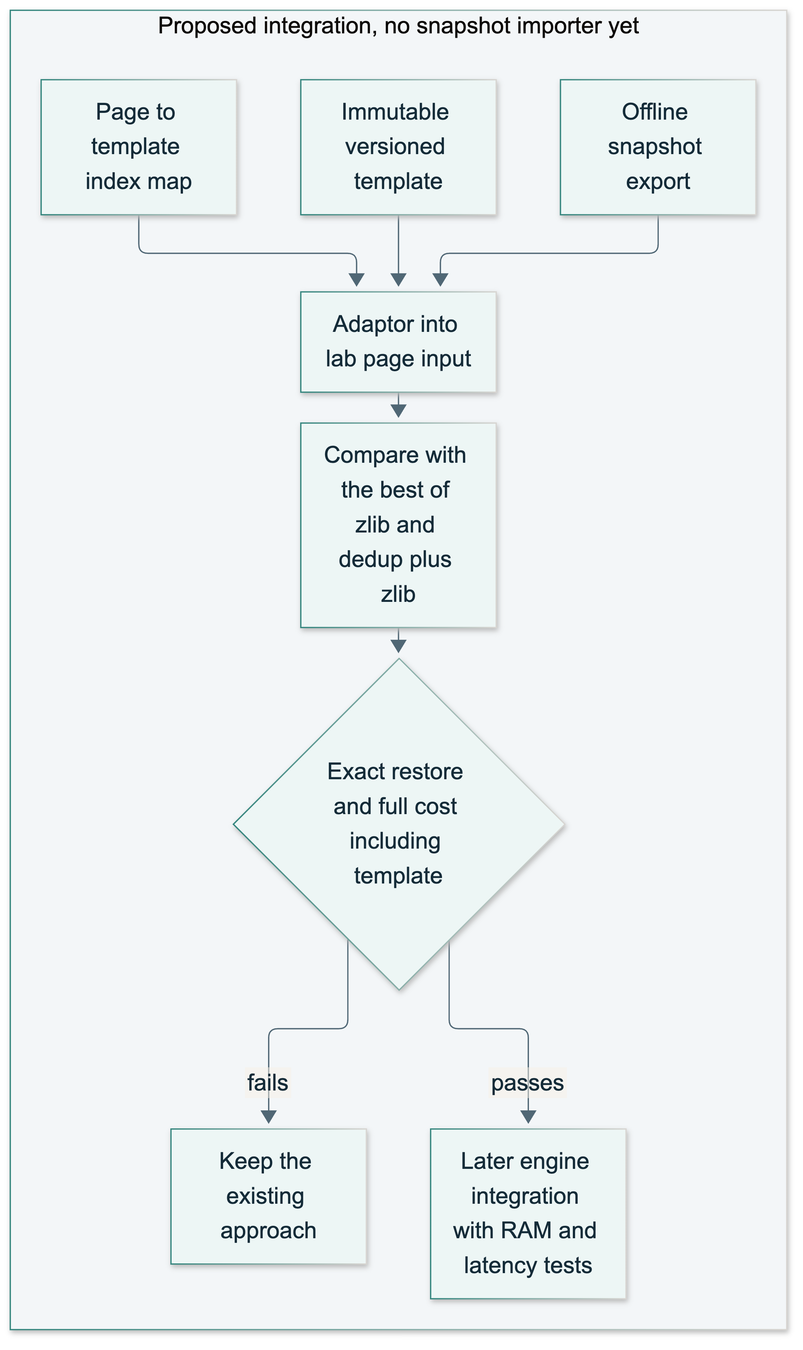
gael55x/template-delta-lab keeps this Mermaid diagram as docs/diagrams/template-delta-2.png. Above is the earlier version. Its source is kept beside it as docs/diagrams/template-delta-2.mmd.
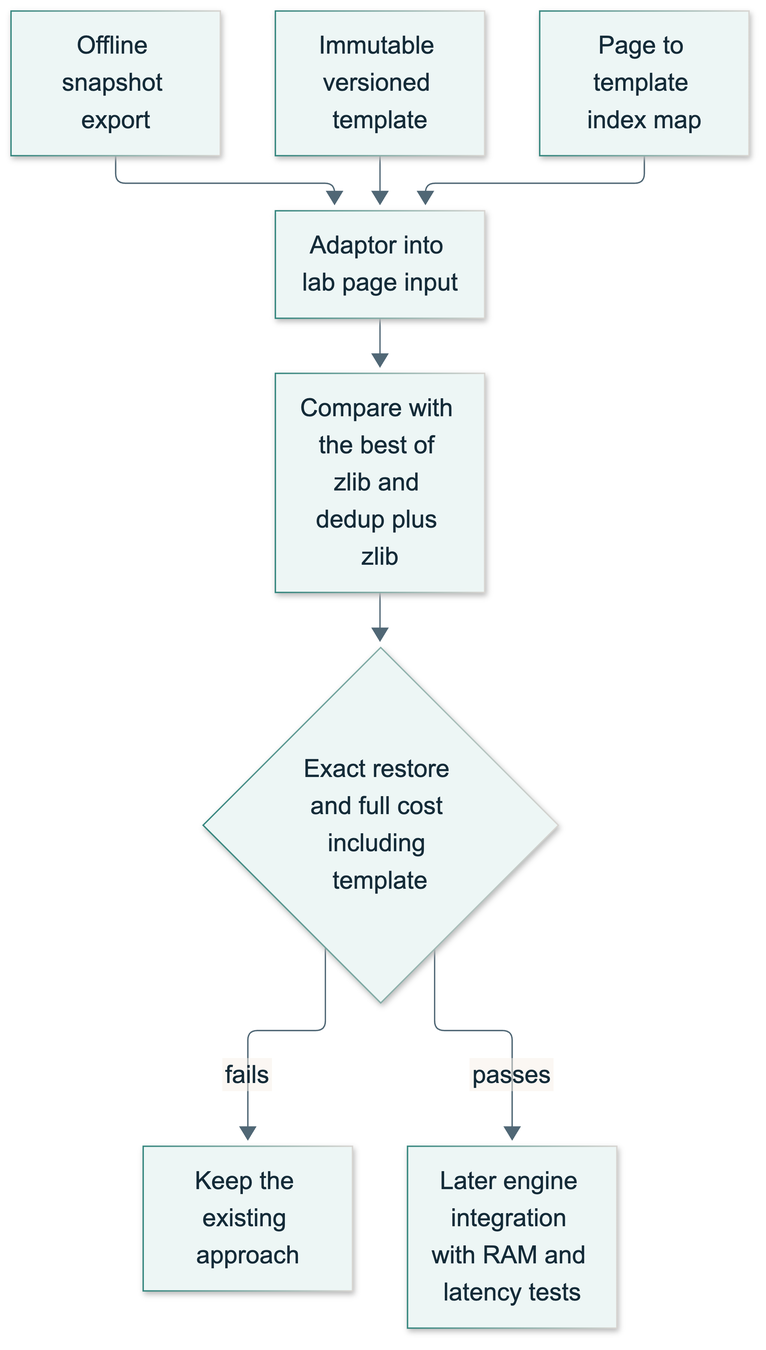
The same diagram one commit later.

Diff of the diagram source:
```diff
@@ -1,5 +1,4 @@
 flowchart TD
-    subgraph PROP[Proposed integration, no snapshot importer yet]
         SNAP[Offline snapshot export] --> ADP[Adaptor into lab page input]
         TPL[Immutable versioned template] --> ADP
         MAP[Page to template index map] --> ADP
@@ -7,4 +6,3 @@
         LAB --> GATE{Exact restore and full cost including template}
         GATE -->|fails| STOP[Keep the existing approach]
         GATE -->|passes| ENG[Later engine integration with RAM and latency tests]
-    end
```
